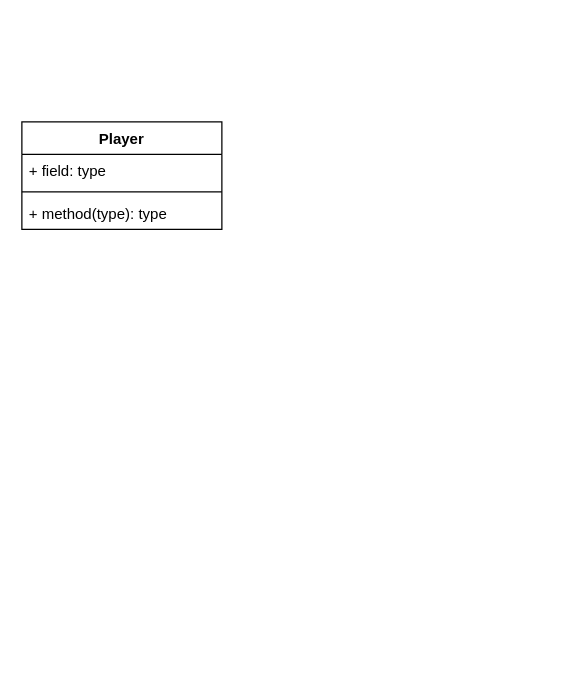
This is page "User Interface" (2 of 2) of NoLongerHuman.drawio from birdboiboi/No_Longer_Human, a draw.io file, before an edit. Source tidied: cells renumbered, new cells numbered last; positions are measured from the earlier drawing's top-left corner, leaving out a move shared by most shapes. Both pictures are drawn from the tidied source at 125%, with x=0, y=0 at pixel (21, 121).
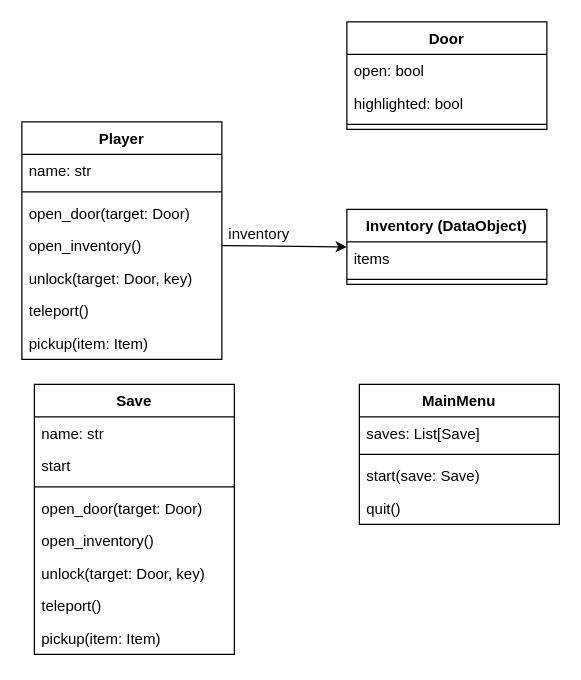
Above is the later version.

Commit message:
Added user interface classes

What changed in the source:
```diff
@@
     <mxCell id="2" value="Player" style="swimlane;fontStyle=1;align=center;verticalAlign=top;horizontal=1;startSize=26;" parent="1" vertex="1">
-      <mxGeometry width="160" height="86" as="geometry" />
+      <mxGeometry width="160" height="190" as="geometry" />
     </mxCell>
-    <mxCell id="3" value="+ field: type" style="text;strokeColor=none;fillColor=none;align=left;verticalAlign=top;spacingLeft=4;spacingRight=4;overflow=hidden;" parent="2" vertex="1">
+    <mxCell id="3" value="name: str" style="text;strokeColor=none;fillColor=none;align=left;verticalAlign=top;spacingLeft=4;spacingRight=4;overflow=hidden;" parent="2" vertex="1">
       <mxGeometry y="26" width="160" height="26" as="geometry" />
     </mxCell>
@@
+    <mxCell id="6" value="open_door(target: Door)" style="text;strokeColor=none;fillColor=none;align=left;verticalAlign=top;spacingLeft=4;spacingRight=4;overflow=hidden;" parent="2" vertex="1">
+      <mxGeometry y="60" width="160" height="26" as="geometry" />
+    </mxCell>
-    <mxCell id="5" value="+ method(type): type" style="text;strokeColor=none;fillColor=none;align=left;verticalAlign=top;spacingLeft=4;spacingRight=4;overflow=hidden;points=[[0,0.5],[1,0.5]];portConstraint=eastwest;" parent="2" vertex="1">
-      <mxGeometry y="60" width="160" height="26" as="geometry" />
+    <mxCell id="5" value="open_inventory()" style="text;strokeColor=none;fillColor=none;align=left;verticalAlign=top;spacingLeft=4;spacingRight=4;overflow=hidden;points=[[0,0.5],[1,0.5]];portConstraint=eastwest;" parent="2" vertex="1">
+      <mxGeometry y="86" width="160" height="26" as="geometry" />
     </mxCell>
+    <mxCell id="7" value="unlock(target: Door, key)" style="text;strokeColor=none;fillColor=none;align=left;verticalAlign=top;spacingLeft=4;spacingRight=4;overflow=hidden;" parent="2" vertex="1">
+      <mxGeometry y="112" width="160" height="26" as="geometry" />
+    </mxCell>
+    <mxCell id="8" value="teleport()" style="text;strokeColor=none;fillColor=none;align=left;verticalAlign=top;spacingLeft=4;spacingRight=4;overflow=hidden;" parent="2" vertex="1">
+      <mxGeometry y="138" width="160" height="26" as="geometry" />
+    </mxCell>
+    <mxCell id="9" value="pickup(item: Item)" style="text;strokeColor=none;fillColor=none;align=left;verticalAlign=top;spacingLeft=4;spacingRight=4;overflow=hidden;" parent="2" vertex="1">
+      <mxGeometry y="164" width="160" height="26" as="geometry" />
+    </mxCell>
+    <mxCell id="10" value="Door" style="swimlane;fontStyle=1;align=center;verticalAlign=top;horizontal=1;startSize=26;" parent="1" vertex="1">
+      <mxGeometry x="260" y="-80" width="160" height="86" as="geometry" />
+    </mxCell>
+    <mxCell id="11" value="open: bool" style="text;strokeColor=none;fillColor=none;align=left;verticalAlign=top;spacingLeft=4;spacingRight=4;overflow=hidden;" parent="10" vertex="1">
+      <mxGeometry y="26" width="160" height="26" as="geometry" />
+    </mxCell>
+    <mxCell id="12" value="highlighted: bool" style="text;strokeColor=none;fillColor=none;align=left;verticalAlign=top;spacingLeft=4;spacingRight=4;overflow=hidden;" parent="10" vertex="1">
+      <mxGeometry y="52" width="160" height="26" as="geometry" />
+    </mxCell>
+    <mxCell id="13" style="line;strokeWidth=1;fillColor=none;align=left;verticalAlign=middle;spacingTop=-1;spacingLeft=3;spacingRight=3;labelPosition=right;" parent="10" vertex="1">
+      <mxGeometry y="78" width="160" height="8" as="geometry" />
+    </mxCell>
+    <mxCell id="14" value="Inventory (DataObject)" style="swimlane;fontStyle=1;align=center;verticalAlign=top;horizontal=1;startSize=26;" parent="1" vertex="1">
+      <mxGeometry x="260" y="70" width="160" height="60" as="geometry" />
+    </mxCell>
+    <mxCell id="15" value="items" style="text;strokeColor=none;fillColor=none;align=left;verticalAlign=top;spacingLeft=4;spacingRight=4;overflow=hidden;" parent="14" vertex="1">
+      <mxGeometry y="26" width="160" height="26" as="geometry" />
+    </mxCell>
+    <mxCell id="16" style="line;strokeWidth=1;fillColor=none;align=left;verticalAlign=middle;spacingTop=-1;spacingLeft=3;spacingRight=3;labelPosition=right;" parent="14" vertex="1">
+      <mxGeometry y="52" width="160" height="8" as="geometry" />
+    </mxCell>
+    <mxCell id="17" value="MainMenu" style="swimlane;fontStyle=1;align=center;verticalAlign=top;horizontal=1;startSize=26;" parent="1" vertex="1">
+      <mxGeometry x="270" y="210" width="160" height="112" as="geometry" />
+    </mxCell>
+    <mxCell id="18" value="saves: List[Save]" style="text;strokeColor=none;fillColor=none;align=left;verticalAlign=top;spacingLeft=4;spacingRight=4;overflow=hidden;" parent="17" vertex="1">
+      <mxGeometry y="26" width="160" height="26" as="geometry" />
+    </mxCell>
+    <mxCell id="19" style="line;strokeWidth=1;fillColor=none;align=left;verticalAlign=middle;spacingTop=-1;spacingLeft=3;spacingRight=3;labelPosition=right;" parent="17" vertex="1">
+      <mxGeometry y="52" width="160" height="8" as="geometry" />
+    </mxCell>
+    <mxCell id="20" value="start(save: Save)" style="text;strokeColor=none;fillColor=none;align=left;verticalAlign=top;spacingLeft=4;spacingRight=4;overflow=hidden;" parent="17" vertex="1">
+      <mxGeometry y="60" width="160" height="26" as="geometry" />
+    </mxCell>
+    <mxCell id="21" value="quit()" style="text;strokeColor=none;fillColor=none;align=left;verticalAlign=top;spacingLeft=4;spacingRight=4;overflow=hidden;" parent="17" vertex="1">
+      <mxGeometry y="86" width="160" height="26" as="geometry" />
+    </mxCell>
+    <mxCell id="22" style="endArrow=classic;html=1;entryX=0;entryY=0.5;entryDx=0;entryDy=0;exitX=1;exitY=0.5;exitDx=0;exitDy=0;" parent="1" edge="1" source="5" target="14">
+      <mxGeometry relative="1" as="geometry" />
+    </mxCell>
+    <mxCell id="23" value="inventory" style="text;html=1;strokeColor=none;fillColor=none;align=center;verticalAlign=middle;whiteSpace=wrap;rounded=0;" parent="1" vertex="1">
+      <mxGeometry x="170" y="80" width="40" height="20" as="geometry" />
+    </mxCell>
+    <mxCell id="24" value="Save" style="swimlane;fontStyle=1;align=center;verticalAlign=top;horizontal=1;startSize=26;" parent="1" vertex="1">
+      <mxGeometry x="10" y="210" width="160" height="216" as="geometry" />
+    </mxCell>
+    <mxCell id="25" value="name: str" style="text;strokeColor=none;fillColor=none;align=left;verticalAlign=top;spacingLeft=4;spacingRight=4;overflow=hidden;" parent="24" vertex="1">
+      <mxGeometry y="26" width="160" height="26" as="geometry" />
+    </mxCell>
+    <mxCell id="26" value="start" style="text;strokeColor=none;fillColor=none;align=left;verticalAlign=top;spacingLeft=4;spacingRight=4;overflow=hidden;" parent="24" vertex="1">
+      <mxGeometry y="52" width="160" height="26" as="geometry" />
+    </mxCell>
+    <mxCell id="27" style="line;strokeWidth=1;fillColor=none;align=left;verticalAlign=middle;spacingTop=-1;spacingLeft=3;spacingRight=3;labelPosition=right;" parent="24" vertex="1">
+      <mxGeometry y="78" width="160" height="8" as="geometry" />
+    </mxCell>
+    <mxCell id="28" value="open_door(target: Door)" style="text;strokeColor=none;fillColor=none;align=left;verticalAlign=top;spacingLeft=4;spacingRight=4;overflow=hidden;" parent="24" vertex="1">
+      <mxGeometry y="86" width="160" height="26" as="geometry" />
+    </mxCell>
+    <mxCell id="29" value="open_inventory()" style="text;strokeColor=none;fillColor=none;align=left;verticalAlign=top;spacingLeft=4;spacingRight=4;overflow=hidden;" parent="24" vertex="1">
+      <mxGeometry y="112" width="160" height="26" as="geometry" />
+    </mxCell>
+    <mxCell id="30" value="unlock(target: Door, key)" style="text;strokeColor=none;fillColor=none;align=left;verticalAlign=top;spacingLeft=4;spacingRight=4;overflow=hidden;" parent="24" vertex="1">
+      <mxGeometry y="138" width="160" height="26" as="geometry" />
+    </mxCell>
+    <mxCell id="31" value="teleport()" style="text;strokeColor=none;fillColor=none;align=left;verticalAlign=top;spacingLeft=4;spacingRight=4;overflow=hidden;" parent="24" vertex="1">
+      <mxGeometry y="164" width="160" height="26" as="geometry" />
+    </mxCell>
+    <mxCell id="32" value="pickup(item: Item)" style="text;strokeColor=none;fillColor=none;align=left;verticalAlign=top;spacingLeft=4;spacingRight=4;overflow=hidden;" parent="24" vertex="1">
+      <mxGeometry y="190" width="160" height="26" as="geometry" />
+    </mxCell>
```
